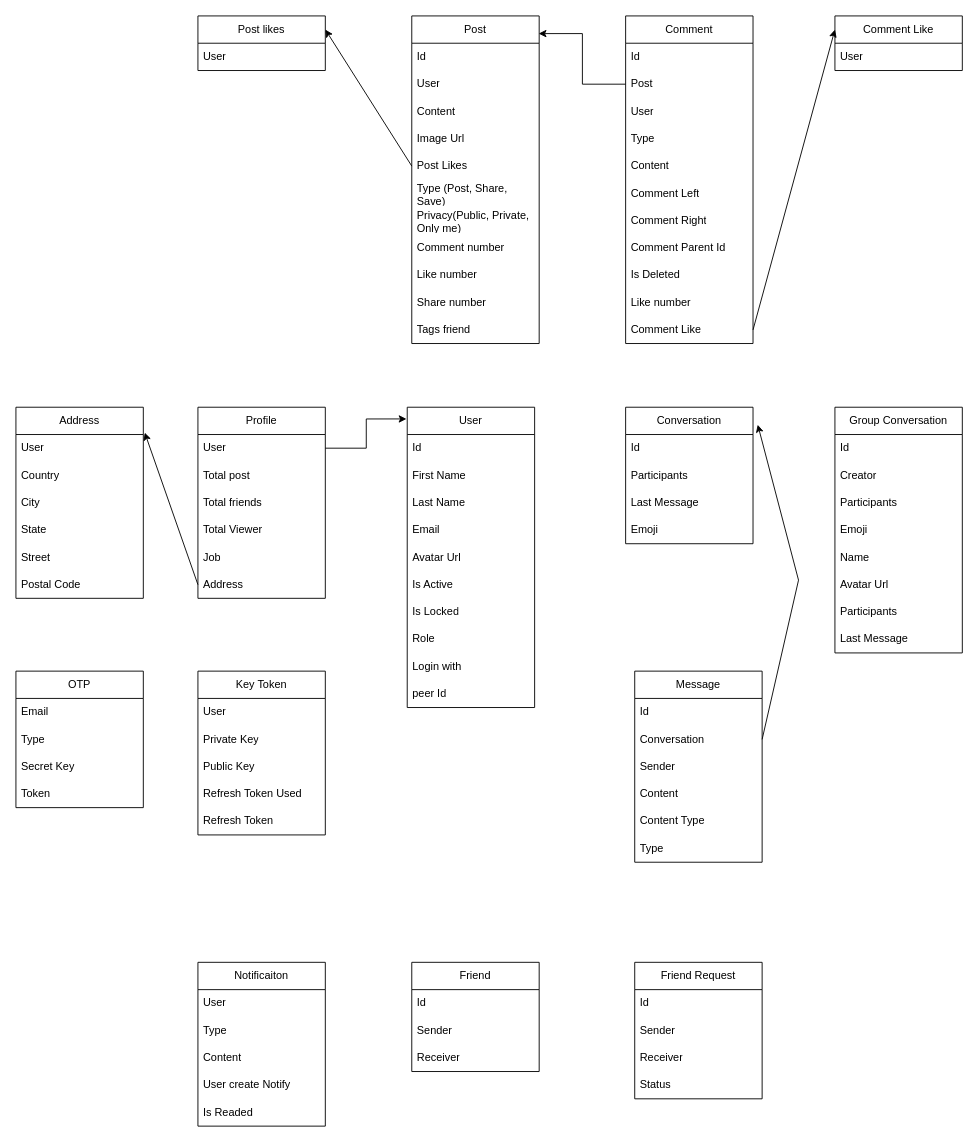
Earlier version of the draw.io diagram chat-app-server/socialMedia.drawio (hoangdat12/chat-app). Source tidied: cells renumbered, new cells numbered last; positions are measured from the earlier drawing's top-left corner, leaving out a move shared by most shapes. Both pictures are drawn from the tidied source at 91%, with x=0, y=0 at pixel (15, 15).
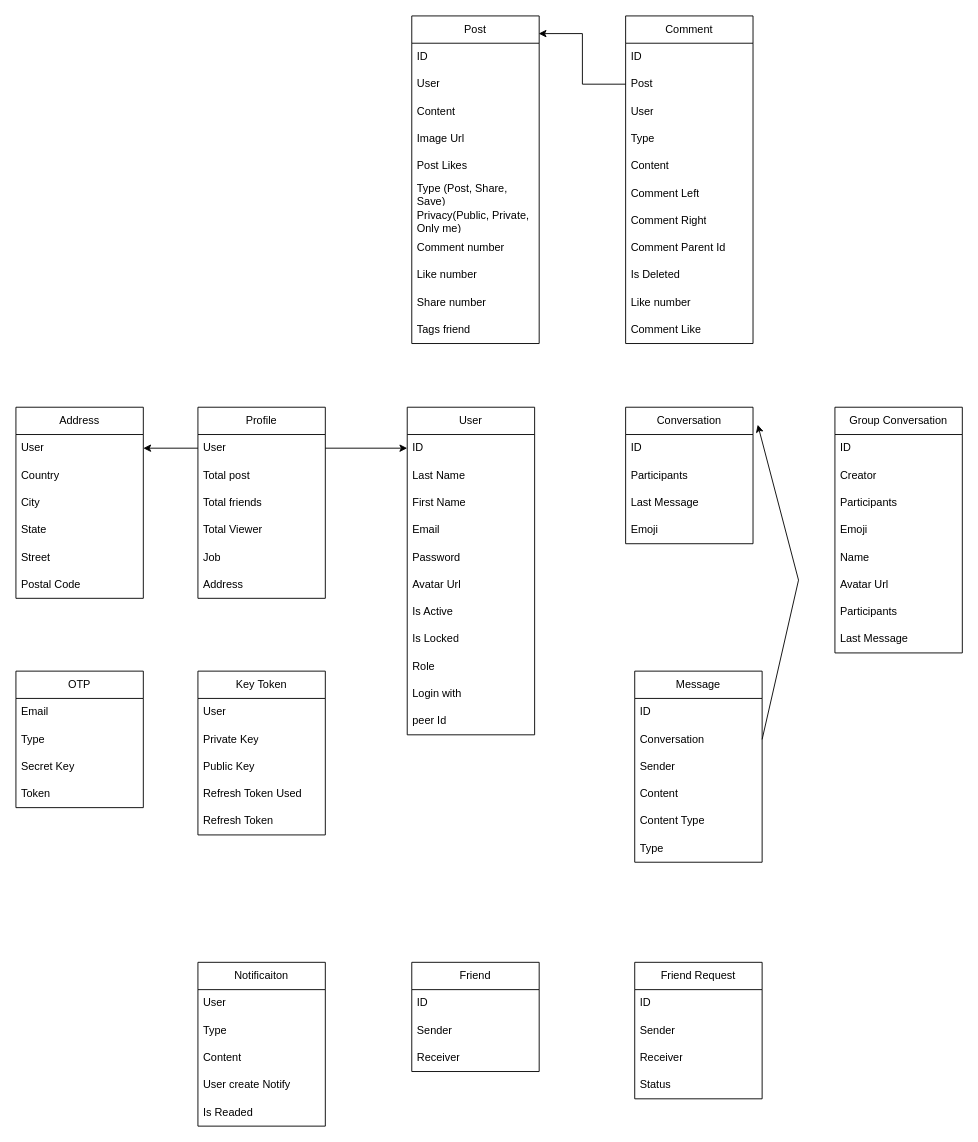
The same diagram, later.

Commit message (it also covers changes not shown here):
Cập nhật socialMedia.drawio

Unchanged cells that the change refers to:
```xml
<mxCell id="14" value="User" style="text;strokeColor=none;fillColor=none;align=left;verticalAlign=middle;spacingLeft=4;spacingRight=4;overflow=hidden;points=[[0,0.5],[1,0.5]];portConstraint=eastwest;whiteSpace=wrap;html=1;" parent="13" vertex="1">
  <mxGeometry y="30" width="140" height="30" as="geometry" />
</mxCell>
<mxCell id="19" value="Address" style="text;strokeColor=none;fillColor=none;align=left;verticalAlign=middle;spacingLeft=4;spacingRight=4;overflow=hidden;points=[[0,0.5],[1,0.5]];portConstraint=eastwest;whiteSpace=wrap;html=1;" parent="13" vertex="1">
  <mxGeometry y="180" width="140" height="30" as="geometry" />
</mxCell>
<mxCell id="21" value="Address" style="swimlane;fontStyle=0;horizontal=1;startSize=30;whiteSpace=wrap;html=1;" parent="1" vertex="1">
  <mxGeometry y="430" width="140" height="210" as="geometry" />
</mxCell>
<mxCell id="22" value="User" style="text;strokeColor=none;fillColor=none;align=left;verticalAlign=middle;spacingLeft=4;spacingRight=4;overflow=hidden;points=[[0,0.5],[1,0.5]];portConstraint=eastwest;whiteSpace=wrap;html=1;" parent="21" vertex="1">
  <mxGeometry y="30" width="140" height="30" as="geometry" />
</mxCell>
<mxCell id="29" value="Post" style="swimlane;fontStyle=0;horizontal=1;startSize=30;whiteSpace=wrap;html=1;" parent="1" vertex="1">
  <mxGeometry x="435" width="140" height="360" as="geometry" />
</mxCell>
<mxCell id="34" value="Post Likes" style="text;strokeColor=none;fillColor=none;align=left;verticalAlign=middle;spacingLeft=4;spacingRight=4;overflow=hidden;points=[[0,0.5],[1,0.5]];portConstraint=eastwest;whiteSpace=wrap;html=1;" parent="29" vertex="1">
  <mxGeometry y="150" width="140" height="30" as="geometry" />
</mxCell>
<mxCell id="44" value="Conversation" style="swimlane;fontStyle=0;horizontal=1;startSize=30;whiteSpace=wrap;html=1;" parent="1" vertex="1">
  <mxGeometry x="670" y="430" width="140" height="150" as="geometry" />
</mxCell>
<mxCell id="49" value="Group Conversation" style="swimlane;fontStyle=0;horizontal=1;startSize=30;whiteSpace=wrap;html=1;" parent="1" vertex="1">
  <mxGeometry x="900" y="430" width="140" height="270" as="geometry" />
</mxCell>
<mxCell id="58" value="Message" style="swimlane;fontStyle=0;horizontal=1;startSize=30;whiteSpace=wrap;html=1;" parent="1" vertex="1">
  <mxGeometry x="680" y="720" width="140" height="210" as="geometry" />
</mxCell>
<mxCell id="66" value="Comment" style="swimlane;fontStyle=0;horizontal=1;startSize=30;whiteSpace=wrap;html=1;" parent="1" vertex="1">
  <mxGeometry x="670" width="140" height="360" as="geometry" />
</mxCell>
<mxCell id="77" value="Comment Like" style="text;strokeColor=none;fillColor=none;align=left;verticalAlign=middle;spacingLeft=4;spacingRight=4;overflow=hidden;points=[[0,0.5],[1,0.5]];portConstraint=eastwest;whiteSpace=wrap;html=1;" parent="66" vertex="1">
  <mxGeometry y="330" width="140" height="30" as="geometry" />
</mxCell>
<mxCell id="88" value="Friend" style="swimlane;fontStyle=0;horizontal=1;startSize=30;whiteSpace=wrap;html=1;" parent="1" vertex="1">
  <mxGeometry x="435" y="1040" width="140" height="120" as="geometry" />
</mxCell>
<mxCell id="92" value="Friend Request" style="swimlane;fontStyle=0;horizontal=1;startSize=30;whiteSpace=wrap;html=1;" parent="1" vertex="1">
  <mxGeometry x="680" y="1040" width="140" height="150" as="geometry" />
</mxCell>
```

What changed in the source:
```diff
@@
     <mxCell id="2" value="User" style="swimlane;fontStyle=0;horizontal=1;startSize=30;whiteSpace=wrap;html=1;" parent="1" vertex="1">
-      <mxGeometry x="430" y="430" width="140" height="330" as="geometry" />
+      <mxGeometry x="430" y="430" width="140" height="360" as="geometry" />
     </mxCell>
-    <mxCell id="3" value="Id" style="text;strokeColor=none;fillColor=none;align=left;verticalAlign=middle;spacingLeft=4;spacingRight=4;overflow=hidden;points=[[0,0.5],[1,0.5]];portConstraint=eastwest;whiteSpace=wrap;html=1;" parent="2" vertex="1">
+    <mxCell id="3" value="ID" style="text;strokeColor=none;fillColor=none;align=left;verticalAlign=middle;spacingLeft=4;spacingRight=4;overflow=hidden;points=[[0,0.5],[1,0.5]];portConstraint=eastwest;whiteSpace=wrap;html=1;" parent="2" vertex="1">
       <mxGeometry y="30" width="140" height="30" as="geometry" />
     </mxCell>
+    <mxCell id="5" value="Last Name" style="text;strokeColor=none;fillColor=none;align=left;verticalAlign=middle;spacingLeft=4;spacingRight=4;overflow=hidden;whiteSpace=wrap;html=1;" parent="2" vertex="1">
+      <mxGeometry y="60" width="140" height="30" as="geometry" />
+    </mxCell>
     <mxCell id="4" value="First Name" style="text;strokeColor=none;fillColor=none;align=left;verticalAlign=middle;spacingLeft=4;spacingRight=4;overflow=hidden;whiteSpace=wrap;html=1;" parent="2" vertex="1">
-      <mxGeometry y="60" width="140" height="30" as="geometry" />
+      <mxGeometry y="90" width="140" height="30" as="geometry" />
     </mxCell>
-    <mxCell id="5" value="Last Name" style="text;strokeColor=none;fillColor=none;align=left;verticalAlign=middle;spacingLeft=4;spacingRight=4;overflow=hidden;whiteSpace=wrap;html=1;" parent="2" vertex="1">
-      <mxGeometry y="90" width="140" height="30" as="geometry" />
-    </mxCell>
@@
+    <mxCell id="108" value="Password" style="text;strokeColor=none;fillColor=none;align=left;verticalAlign=middle;spacingLeft=4;spacingRight=4;overflow=hidden;whiteSpace=wrap;html=1;" parent="2" vertex="1">
+      <mxGeometry y="150" width="140" height="30" as="geometry" />
+    </mxCell>
     <mxCell id="7" value="Avatar Url" style="text;strokeColor=none;fillColor=none;align=left;verticalAlign=middle;spacingLeft=4;spacingRight=4;overflow=hidden;whiteSpace=wrap;html=1;" parent="2" vertex="1">
-      <mxGeometry y="150" width="140" height="30" as="geometry" />
+      <mxGeometry y="180" width="140" height="30" as="geometry" />
     </mxCell>
     <mxCell id="8" value="Is Active" style="text;strokeColor=none;fillColor=none;align=left;verticalAlign=middle;spacingLeft=4;spacingRight=4;overflow=hidden;whiteSpace=wrap;html=1;" parent="2" vertex="1">
-      <mxGeometry y="180" width="140" height="30" as="geometry" />
+      <mxGeometry y="210" width="140" height="30" as="geometry" />
     </mxCell>
     <mxCell id="9" value="Is Locked" style="text;strokeColor=none;fillColor=none;align=left;verticalAlign=middle;spacingLeft=4;spacingRight=4;overflow=hidden;whiteSpace=wrap;html=1;" parent="2" vertex="1">
-      <mxGeometry y="210" width="140" height="30" as="geometry" />
+      <mxGeometry y="240" width="140" height="30" as="geometry" />
     </mxCell>
     <mxCell id="10" value="Role" style="text;strokeColor=none;fillColor=none;align=left;verticalAlign=middle;spacingLeft=4;spacingRight=4;overflow=hidden;whiteSpace=wrap;html=1;" parent="2" vertex="1">
-      <mxGeometry y="240" width="140" height="30" as="geometry" />
+      <mxGeometry y="270" width="140" height="30" as="geometry" />
     </mxCell>
     <mxCell id="11" value="Login with" style="text;strokeColor=none;fillColor=none;align=left;verticalAlign=middle;spacingLeft=4;spacingRight=4;overflow=hidden;whiteSpace=wrap;html=1;" parent="2" vertex="1">
-      <mxGeometry y="270" width="140" height="30" as="geometry" />
+      <mxGeometry y="300" width="140" height="30" as="geometry" />
     </mxCell>
     <mxCell id="12" value="peer Id" style="text;strokeColor=none;fillColor=none;align=left;verticalAlign=middle;spacingLeft=4;spacingRight=4;overflow=hidden;whiteSpace=wrap;html=1;" parent="2" vertex="1">
-      <mxGeometry y="300" width="140" height="30" as="geometry" />
+      <mxGeometry y="330" width="140" height="30" as="geometry" />
     </mxCell>
@@
-    <mxCell id="20" style="edgeStyle=orthogonalEdgeStyle;rounded=0;jettySize=auto;html=1;exitX=1;exitY=0.5;exitDx=0;exitDy=0;entryX=-0.006;entryY=0.039;entryDx=0;entryDy=0;entryPerimeter=0;" parent="1" edge="1" source="14" target="2">
+    <mxCell id="20" style="edgeStyle=orthogonalEdgeStyle;rounded=0;jettySize=auto;html=1;exitX=1;exitY=0.5;exitDx=0;exitDy=0;entryX=0;entryY=0.5;entryDx=0;entryDy=0;" parent="1" edge="1" source="14" target="3">
       <mxGeometry relative="1" as="geometry" />
     </mxCell>
@@
-    <mxCell id="28" style="endArrow=classic;html=1;rounded=0;exitX=0;exitY=0.5;exitDx=0;exitDy=0;entryX=1.011;entryY=0.133;entryDx=0;entryDy=0;entryPerimeter=0;" parent="1" edge="1" source="19" target="21">
-      <mxGeometry relative="1" as="geometry" />
-    </mxCell>
@@
-    <mxCell id="30" value="Id&lt;span style=&quot;white-space: pre;&quot;&gt;&#9;&lt;/span&gt;" style="text;strokeColor=none;fillColor=none;align=left;verticalAlign=middle;spacingLeft=4;spacingRight=4;overflow=hidden;whiteSpace=wrap;html=1;" parent="29" vertex="1">
+    <mxCell id="30" value="ID" style="text;strokeColor=none;fillColor=none;align=left;verticalAlign=middle;spacingLeft=4;spacingRight=4;overflow=hidden;whiteSpace=wrap;html=1;" parent="29" vertex="1">
       <mxGeometry y="30" width="140" height="30" as="geometry" />
     </mxCell>
@@
-    <mxCell id="41" value="Post likes" style="swimlane;fontStyle=0;horizontal=1;startSize=30;whiteSpace=wrap;html=1;" parent="1" vertex="1">
-      <mxGeometry x="200" width="140" height="60" as="geometry" />
-    </mxCell>
-    <mxCell id="42" value="User" style="text;strokeColor=none;fillColor=none;align=left;verticalAlign=middle;spacingLeft=4;spacingRight=4;overflow=hidden;whiteSpace=wrap;html=1;" parent="41" vertex="1">
-      <mxGeometry y="30" width="140" height="30" as="geometry" />
-    </mxCell>
-    <mxCell id="43" style="endArrow=classic;html=1;rounded=0;exitX=0;exitY=0.5;exitDx=0;exitDy=0;entryX=1;entryY=0.25;entryDx=0;entryDy=0;" parent="1" edge="1" source="34" target="41">
-      <mxGeometry relative="1" as="geometry" />
-    </mxCell>
@@
-    <mxCell id="45" value="Id" style="text;strokeColor=none;fillColor=none;align=left;verticalAlign=middle;spacingLeft=4;spacingRight=4;overflow=hidden;whiteSpace=wrap;html=1;" parent="44" vertex="1">
+    <mxCell id="45" value="ID" style="text;strokeColor=none;fillColor=none;align=left;verticalAlign=middle;spacingLeft=4;spacingRight=4;overflow=hidden;whiteSpace=wrap;html=1;" parent="44" vertex="1">
       <mxGeometry y="30" width="140" height="30" as="geometry" />
     </mxCell>
@@
-    <mxCell id="50" value="Id&lt;span style=&quot;white-space: pre;&quot;&gt;&#9;&lt;/span&gt;" style="text;strokeColor=none;fillColor=none;align=left;verticalAlign=middle;spacingLeft=4;spacingRight=4;overflow=hidden;whiteSpace=wrap;html=1;" parent="49" vertex="1">
+    <mxCell id="50" value="ID" style="text;strokeColor=none;fillColor=none;align=left;verticalAlign=middle;spacingLeft=4;spacingRight=4;overflow=hidden;whiteSpace=wrap;html=1;" parent="49" vertex="1">
       <mxGeometry y="30" width="140" height="30" as="geometry" />
     </mxCell>
@@
-    <mxCell id="59" value="Id&lt;span style=&quot;white-space: pre;&quot;&gt;&#9;&lt;/span&gt;" style="text;strokeColor=none;fillColor=none;align=left;verticalAlign=middle;spacingLeft=4;spacingRight=4;overflow=hidden;whiteSpace=wrap;html=1;" parent="58" vertex="1">
+    <mxCell id="59" value="ID" style="text;strokeColor=none;fillColor=none;align=left;verticalAlign=middle;spacingLeft=4;spacingRight=4;overflow=hidden;whiteSpace=wrap;html=1;" parent="58" vertex="1">
       <mxGeometry y="30" width="140" height="30" as="geometry" />
     </mxCell>
@@
-    <mxCell id="67" value="Id" style="text;strokeColor=none;fillColor=none;align=left;verticalAlign=middle;spacingLeft=4;spacingRight=4;overflow=hidden;whiteSpace=wrap;html=1;" parent="66" vertex="1">
+    <mxCell id="67" value="ID" style="text;strokeColor=none;fillColor=none;align=left;verticalAlign=middle;spacingLeft=4;spacingRight=4;overflow=hidden;whiteSpace=wrap;html=1;" parent="66" vertex="1">
       <mxGeometry y="30" width="140" height="30" as="geometry" />
     </mxCell>
@@
-    <mxCell id="79" value="Comment Like" style="swimlane;fontStyle=0;horizontal=1;startSize=30;whiteSpace=wrap;html=1;" parent="1" vertex="1">
-      <mxGeometry x="900" width="140" height="60" as="geometry" />
-    </mxCell>
-    <mxCell id="80" value="User" style="text;strokeColor=none;fillColor=none;align=left;verticalAlign=middle;spacingLeft=4;spacingRight=4;overflow=hidden;whiteSpace=wrap;html=1;" parent="79" vertex="1">
-      <mxGeometry y="30" width="140" height="30" as="geometry" />
-    </mxCell>
-    <mxCell id="81" style="endArrow=classic;html=1;rounded=0;exitX=1;exitY=0.5;exitDx=0;exitDy=0;entryX=0;entryY=0.25;entryDx=0;entryDy=0;" parent="1" edge="1" source="77" target="79">
-      <mxGeometry relative="1" as="geometry" />
-    </mxCell>
@@
-    <mxCell id="89" value="Id" style="text;strokeColor=none;fillColor=none;align=left;verticalAlign=middle;spacingLeft=4;spacingRight=4;overflow=hidden;whiteSpace=wrap;html=1;" parent="88" vertex="1">
+    <mxCell id="89" value="ID" style="text;strokeColor=none;fillColor=none;align=left;verticalAlign=middle;spacingLeft=4;spacingRight=4;overflow=hidden;whiteSpace=wrap;html=1;" parent="88" vertex="1">
       <mxGeometry y="30" width="140" height="30" as="geometry" />
     </mxCell>
@@
-    <mxCell id="93" value="Id" style="text;strokeColor=none;fillColor=none;align=left;verticalAlign=middle;spacingLeft=4;spacingRight=4;overflow=hidden;whiteSpace=wrap;html=1;" parent="92" vertex="1">
+    <mxCell id="93" value="ID" style="text;strokeColor=none;fillColor=none;align=left;verticalAlign=middle;spacingLeft=4;spacingRight=4;overflow=hidden;whiteSpace=wrap;html=1;" parent="92" vertex="1">
       <mxGeometry y="30" width="140" height="30" as="geometry" />
     </mxCell>
@@
+    <mxCell id="109" style="edgeStyle=orthogonalEdgeStyle;rounded=0;jettySize=auto;html=1;exitX=0;exitY=0.5;exitDx=0;exitDy=0;entryX=1;entryY=0.5;entryDx=0;entryDy=0;" parent="1" edge="1" source="14" target="22">
+      <mxGeometry relative="1" as="geometry" />
+    </mxCell>
```
